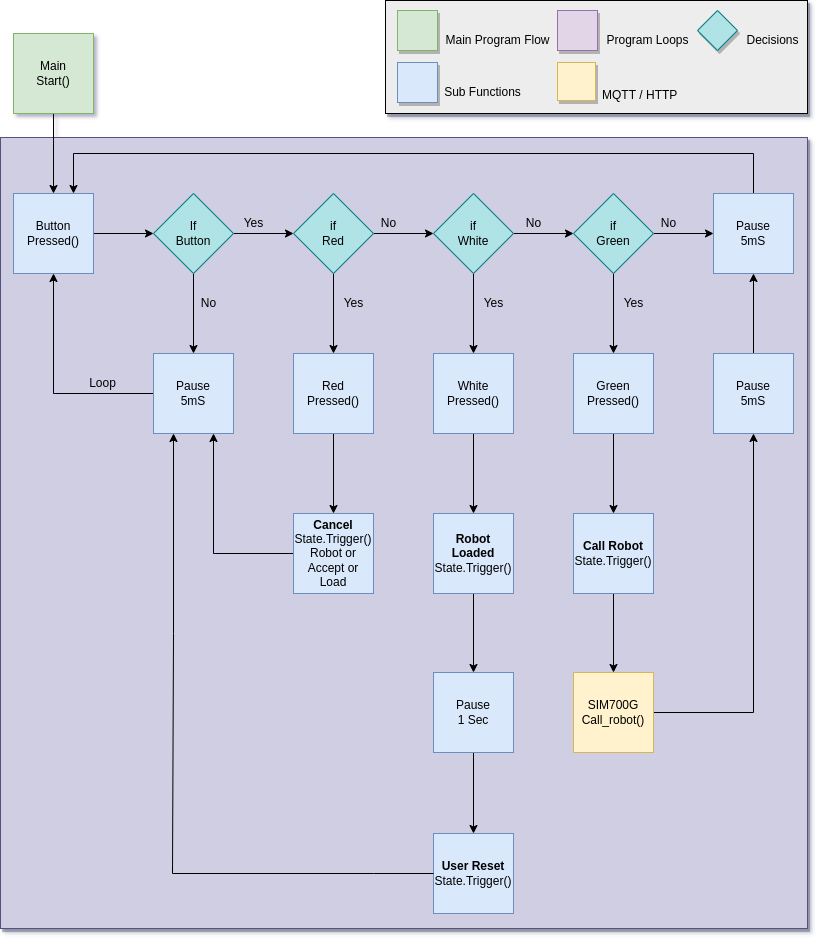
This is WikiFiles/CAR2.drawio.png from 18684092/CAR, a draw.io export, as it was before one commit. Source tidied: cells renumbered, new cells last; positions are measured from the earlier drawing's top-left corner, leaving out a move shared by most shapes.
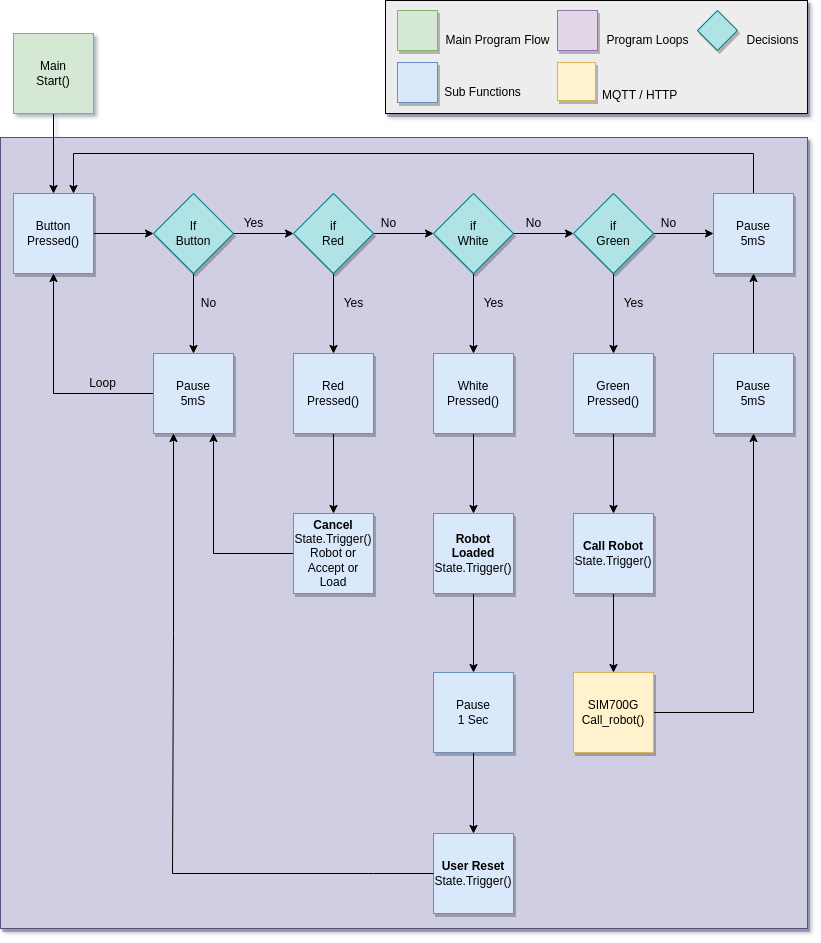
After the commit.

The edit, as a diff of the source:
```diff
@@ -44,7 +44,7 @@
     <mxCell id="15" style="edgeStyle=orthogonalEdgeStyle;rounded=0;jettySize=auto;html=1;" parent="1" edge="1" source="16" target="19">
       <mxGeometry relative="1" as="geometry" />
     </mxCell>
-    <mxCell id="16" value="Button&lt;br&gt;Pressed()" style="whiteSpace=wrap;html=1;fillColor=#dae8fc;strokeColor=#6c8ebf;" parent="1" vertex="1">
+    <mxCell id="16" value="Button&lt;br&gt;Pressed()" style="whiteSpace=wrap;html=1;fillColor=#dae8fc;strokeColor=#6c8ebf;shadow=1;" parent="1" vertex="1">
       <mxGeometry x="13" y="193" width="80" height="80" as="geometry" />
     </mxCell>
     <mxCell id="17" style="edgeStyle=orthogonalEdgeStyle;rounded=0;jettySize=auto;html=1;" parent="1" edge="1" source="19" target="21">
@@ -53,13 +53,13 @@
     <mxCell id="18" style="edgeStyle=orthogonalEdgeStyle;rounded=0;jettySize=auto;html=1;" parent="1" edge="1" source="19" target="26">
       <mxGeometry relative="1" as="geometry" />
     </mxCell>
-    <mxCell id="19" value="If&lt;br&gt;Button" style="rhombus;whiteSpace=wrap;html=1;fillColor=#b0e3e6;strokeColor=#0e8088;" parent="1" vertex="1">
+    <mxCell id="19" value="If&lt;br&gt;Button" style="rhombus;whiteSpace=wrap;html=1;fillColor=#b0e3e6;strokeColor=#0e8088;shadow=1;" parent="1" vertex="1">
       <mxGeometry x="153" y="193" width="80" height="80" as="geometry" />
     </mxCell>
     <mxCell id="20" style="edgeStyle=orthogonalEdgeStyle;rounded=0;jettySize=auto;html=1;entryX=0.5;entryY=1;entryDx=0;entryDy=0;" parent="1" edge="1" source="21" target="16">
       <mxGeometry relative="1" as="geometry" />
     </mxCell>
-    <mxCell id="21" value="Pause&lt;br&gt;5mS" style="whiteSpace=wrap;html=1;fillColor=#dae8fc;strokeColor=#6c8ebf;" parent="1" vertex="1">
+    <mxCell id="21" value="Pause&lt;br&gt;5mS" style="whiteSpace=wrap;html=1;fillColor=#dae8fc;strokeColor=#6c8ebf;shadow=1;" parent="1" vertex="1">
       <mxGeometry x="153" y="353" width="80" height="80" as="geometry" />
     </mxCell>
     <mxCell id="22" value="No" style="text;html=1;align=center;verticalAlign=middle;strokeColor=none;fillColor=none;" parent="1" vertex="1">
@@ -74,7 +74,7 @@
     <mxCell id="25" style="edgeStyle=orthogonalEdgeStyle;rounded=0;jettySize=auto;html=1;" parent="1" edge="1" source="26" target="34">
       <mxGeometry relative="1" as="geometry" />
     </mxCell>
-    <mxCell id="26" value="if&lt;br&gt;Red" style="rhombus;whiteSpace=wrap;html=1;fillColor=#b0e3e6;strokeColor=#0e8088;" parent="1" vertex="1">
+    <mxCell id="26" value="if&lt;br&gt;Red" style="rhombus;whiteSpace=wrap;html=1;fillColor=#b0e3e6;strokeColor=#0e8088;shadow=1;" parent="1" vertex="1">
       <mxGeometry x="293" y="193" width="80" height="80" as="geometry" />
     </mxCell>
     <mxCell id="27" style="edgeStyle=orthogonalEdgeStyle;rounded=0;jettySize=auto;html=1;" parent="1" edge="1" source="29" target="32">
@@ -83,7 +83,7 @@
     <mxCell id="28" style="edgeStyle=orthogonalEdgeStyle;rounded=0;jettySize=auto;html=1;" parent="1" edge="1" source="29" target="36">
       <mxGeometry relative="1" as="geometry" />
     </mxCell>
-    <mxCell id="29" value="if&lt;br&gt;White" style="rhombus;whiteSpace=wrap;html=1;fillColor=#b0e3e6;strokeColor=#0e8088;" parent="1" vertex="1">
+    <mxCell id="29" value="if&lt;br&gt;White" style="rhombus;whiteSpace=wrap;html=1;fillColor=#b0e3e6;strokeColor=#0e8088;shadow=1;" parent="1" vertex="1">
       <mxGeometry x="433" y="193" width="80" height="80" as="geometry" />
     </mxCell>
     <mxCell id="30" style="edgeStyle=orthogonalEdgeStyle;rounded=0;jettySize=auto;html=1;" parent="1" edge="1" source="32" target="38">
@@ -92,25 +92,25 @@
     <mxCell id="31" style="edgeStyle=orthogonalEdgeStyle;rounded=0;jettySize=auto;html=1;" parent="1" edge="1" source="32" target="60">
       <mxGeometry relative="1" as="geometry" />
     </mxCell>
-    <mxCell id="32" value="if&lt;br&gt;Green" style="rhombus;whiteSpace=wrap;html=1;fillColor=#b0e3e6;strokeColor=#0e8088;" parent="1" vertex="1">
+    <mxCell id="32" value="if&lt;br&gt;Green" style="rhombus;whiteSpace=wrap;html=1;fillColor=#b0e3e6;strokeColor=#0e8088;shadow=1;" parent="1" vertex="1">
       <mxGeometry x="573" y="193" width="80" height="80" as="geometry" />
     </mxCell>
     <mxCell id="33" style="edgeStyle=orthogonalEdgeStyle;rounded=0;jettySize=auto;html=1;" parent="1" edge="1" source="34" target="49">
       <mxGeometry relative="1" as="geometry" />
     </mxCell>
-    <mxCell id="34" value="Red&lt;br&gt;Pressed()" style="whiteSpace=wrap;html=1;fillColor=#dae8fc;strokeColor=#6c8ebf;" parent="1" vertex="1">
+    <mxCell id="34" value="Red&lt;br&gt;Pressed()" style="whiteSpace=wrap;html=1;fillColor=#dae8fc;strokeColor=#6c8ebf;shadow=1;" parent="1" vertex="1">
       <mxGeometry x="293" y="353" width="80" height="80" as="geometry" />
     </mxCell>
     <mxCell id="35" style="edgeStyle=orthogonalEdgeStyle;rounded=0;jettySize=auto;html=1;" parent="1" edge="1" source="36" target="55">
       <mxGeometry relative="1" as="geometry" />
     </mxCell>
-    <mxCell id="36" value="White&lt;br&gt;Pressed()" style="whiteSpace=wrap;html=1;fillColor=#dae8fc;strokeColor=#6c8ebf;" parent="1" vertex="1">
+    <mxCell id="36" value="White&lt;br&gt;Pressed()" style="whiteSpace=wrap;html=1;fillColor=#dae8fc;strokeColor=#6c8ebf;shadow=1;" parent="1" vertex="1">
       <mxGeometry x="433" y="353" width="80" height="80" as="geometry" />
     </mxCell>
     <mxCell id="37" style="edgeStyle=orthogonalEdgeStyle;rounded=0;jettySize=auto;html=1;" parent="1" edge="1" source="38" target="51">
       <mxGeometry relative="1" as="geometry" />
     </mxCell>
-    <mxCell id="38" value="Green&lt;br&gt;Pressed()" style="whiteSpace=wrap;html=1;fillColor=#dae8fc;strokeColor=#6c8ebf;" parent="1" vertex="1">
+    <mxCell id="38" value="Green&lt;br&gt;Pressed()" style="whiteSpace=wrap;html=1;fillColor=#dae8fc;strokeColor=#6c8ebf;shadow=1;" parent="1" vertex="1">
       <mxGeometry x="573" y="353" width="80" height="80" as="geometry" />
     </mxCell>
     <mxCell id="39" value="Yes" style="text;html=1;align=center;verticalAlign=middle;strokeColor=none;fillColor=none;" parent="1" vertex="1">
@@ -134,7 +134,7 @@
     <mxCell id="45" style="edgeStyle=orthogonalEdgeStyle;rounded=0;jettySize=auto;html=1;" parent="1" edge="1" source="46" target="60">
       <mxGeometry relative="1" as="geometry" />
     </mxCell>
-    <mxCell id="46" value="Pause&lt;br&gt;5mS" style="whiteSpace=wrap;html=1;fillColor=#dae8fc;strokeColor=#6c8ebf;" parent="1" vertex="1">
+    <mxCell id="46" value="Pause&lt;br&gt;5mS" style="whiteSpace=wrap;html=1;fillColor=#dae8fc;strokeColor=#6c8ebf;shadow=1;" parent="1" vertex="1">
       <mxGeometry x="713" y="353" width="80" height="80" as="geometry" />
     </mxCell>
     <mxCell id="47" value="No" style="text;html=1;align=center;verticalAlign=middle;strokeColor=none;fillColor=none;" parent="1" vertex="1">
@@ -143,34 +143,34 @@
     <mxCell id="48" style="edgeStyle=orthogonalEdgeStyle;rounded=0;jettySize=auto;html=1;entryX=0.75;entryY=1;entryDx=0;entryDy=0;" parent="1" edge="1" source="49" target="21">
       <mxGeometry relative="1" as="geometry" />
     </mxCell>
-    <mxCell id="49" value="&lt;b&gt;Cancel&lt;/b&gt;&lt;br&gt;State.Trigger()&lt;br&gt;Robot or&lt;br&gt;Accept or&lt;br&gt;Load" style="whiteSpace=wrap;html=1;fillColor=#dae8fc;strokeColor=#6c8ebf;" parent="1" vertex="1">
+    <mxCell id="49" value="&lt;b&gt;Cancel&lt;/b&gt;&lt;br&gt;State.Trigger()&lt;br&gt;Robot or&lt;br&gt;Accept or&lt;br&gt;Load" style="whiteSpace=wrap;html=1;fillColor=#dae8fc;strokeColor=#6c8ebf;shadow=1;" parent="1" vertex="1">
       <mxGeometry x="293" y="513" width="80" height="80" as="geometry" />
     </mxCell>
     <mxCell id="50" style="edgeStyle=orthogonalEdgeStyle;rounded=0;jettySize=auto;html=1;" parent="1" edge="1" source="51" target="53">
       <mxGeometry relative="1" as="geometry" />
     </mxCell>
-    <mxCell id="51" value="&lt;b&gt;Call Robot&lt;/b&gt;&lt;br&gt;State.Trigger()" style="whiteSpace=wrap;html=1;fillColor=#dae8fc;strokeColor=#6c8ebf;" parent="1" vertex="1">
+    <mxCell id="51" value="&lt;b&gt;Call Robot&lt;/b&gt;&lt;br&gt;State.Trigger()" style="whiteSpace=wrap;html=1;fillColor=#dae8fc;strokeColor=#6c8ebf;shadow=1;" parent="1" vertex="1">
       <mxGeometry x="573" y="513" width="80" height="80" as="geometry" />
     </mxCell>
     <mxCell id="52" style="edgeStyle=orthogonalEdgeStyle;rounded=0;jettySize=auto;html=1;entryX=0.5;entryY=1;entryDx=0;entryDy=0;" parent="1" edge="1" source="53" target="46">
       <mxGeometry relative="1" as="geometry" />
     </mxCell>
-    <mxCell id="53" value="SIM700G&lt;br&gt;Call_robot()" style="whiteSpace=wrap;html=1;fillColor=#fff2cc;strokeColor=#d6b656;" parent="1" vertex="1">
+    <mxCell id="53" value="SIM700G&lt;br&gt;Call_robot()" style="whiteSpace=wrap;html=1;fillColor=#fff2cc;strokeColor=#d6b656;shadow=1;" parent="1" vertex="1">
       <mxGeometry x="573" y="672" width="80" height="80" as="geometry" />
     </mxCell>
     <mxCell id="54" style="edgeStyle=orthogonalEdgeStyle;rounded=0;jettySize=auto;html=1;" parent="1" edge="1" source="55" target="58">
       <mxGeometry relative="1" as="geometry" />
     </mxCell>
-    <mxCell id="55" value="&lt;b&gt;Robot Loaded&lt;/b&gt;&lt;br&gt;State.Trigger()" style="whiteSpace=wrap;html=1;fillColor=#dae8fc;strokeColor=#6c8ebf;" parent="1" vertex="1">
+    <mxCell id="55" value="&lt;b&gt;Robot Loaded&lt;/b&gt;&lt;br&gt;State.Trigger()" style="whiteSpace=wrap;html=1;fillColor=#dae8fc;strokeColor=#6c8ebf;shadow=1;" parent="1" vertex="1">
       <mxGeometry x="433" y="513" width="80" height="80" as="geometry" />
     </mxCell>
-    <mxCell id="56" value="&lt;b&gt;User Reset&lt;/b&gt;&lt;br&gt;State.Trigger()" style="whiteSpace=wrap;html=1;fillColor=#dae8fc;strokeColor=#6c8ebf;" parent="1" vertex="1">
+    <mxCell id="56" value="&lt;b&gt;User Reset&lt;/b&gt;&lt;br&gt;State.Trigger()" style="whiteSpace=wrap;html=1;fillColor=#dae8fc;strokeColor=#6c8ebf;shadow=1;" parent="1" vertex="1">
       <mxGeometry x="433" y="833" width="80" height="80" as="geometry" />
     </mxCell>
     <mxCell id="57" style="edgeStyle=orthogonalEdgeStyle;rounded=0;jettySize=auto;html=1;" parent="1" edge="1" source="58" target="56">
       <mxGeometry relative="1" as="geometry" />
     </mxCell>
-    <mxCell id="58" value="Pause&lt;br&gt;1 Sec" style="whiteSpace=wrap;html=1;fillColor=#dae8fc;strokeColor=#6c8ebf;" parent="1" vertex="1">
+    <mxCell id="58" value="Pause&lt;br&gt;1 Sec" style="whiteSpace=wrap;html=1;fillColor=#dae8fc;strokeColor=#6c8ebf;shadow=1;" parent="1" vertex="1">
       <mxGeometry x="433" y="672" width="80" height="80" as="geometry" />
     </mxCell>
     <mxCell id="59" style="edgeStyle=orthogonalEdgeStyle;rounded=0;jettySize=auto;html=1;entryX=0.75;entryY=0;entryDx=0;entryDy=0;" parent="1" edge="1" source="60" target="16">
@@ -181,7 +181,7 @@
         </Array>
       </mxGeometry>
     </mxCell>
-    <mxCell id="60" value="Pause&lt;br&gt;5mS" style="whiteSpace=wrap;html=1;fillColor=#dae8fc;strokeColor=#6c8ebf;" parent="1" vertex="1">
+    <mxCell id="60" value="Pause&lt;br&gt;5mS" style="whiteSpace=wrap;html=1;fillColor=#dae8fc;strokeColor=#6c8ebf;shadow=1;" parent="1" vertex="1">
       <mxGeometry x="713" y="193" width="80" height="80" as="geometry" />
     </mxCell>
     <mxCell id="61" style="endArrow=classic;html=1;rounded=0;exitX=0;exitY=0.5;exitDx=0;exitDy=0;entryX=0.25;entryY=1;entryDx=0;entryDy=0;" parent="1" edge="1" source="56" target="21">
```
